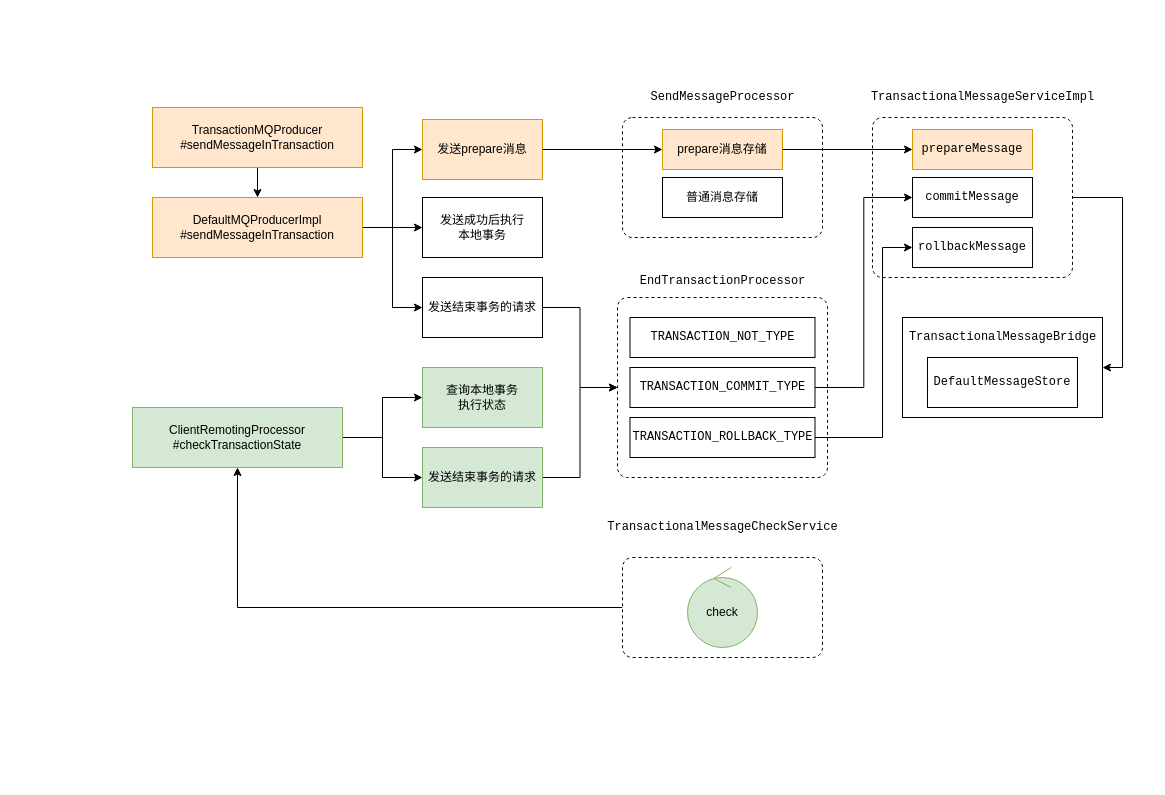
The draw.io diagram rocketmq/事务消息.drawio in erlieStar/diagrams, before the edit. Source tidied: cells renumbered, new cells numbered last; positions are measured from the earlier drawing's top-left corner, leaving out a move shared by most shapes. Both pictures are drawn from the tidied source at 100%, with x=0, y=0 at pixel (132, 77).
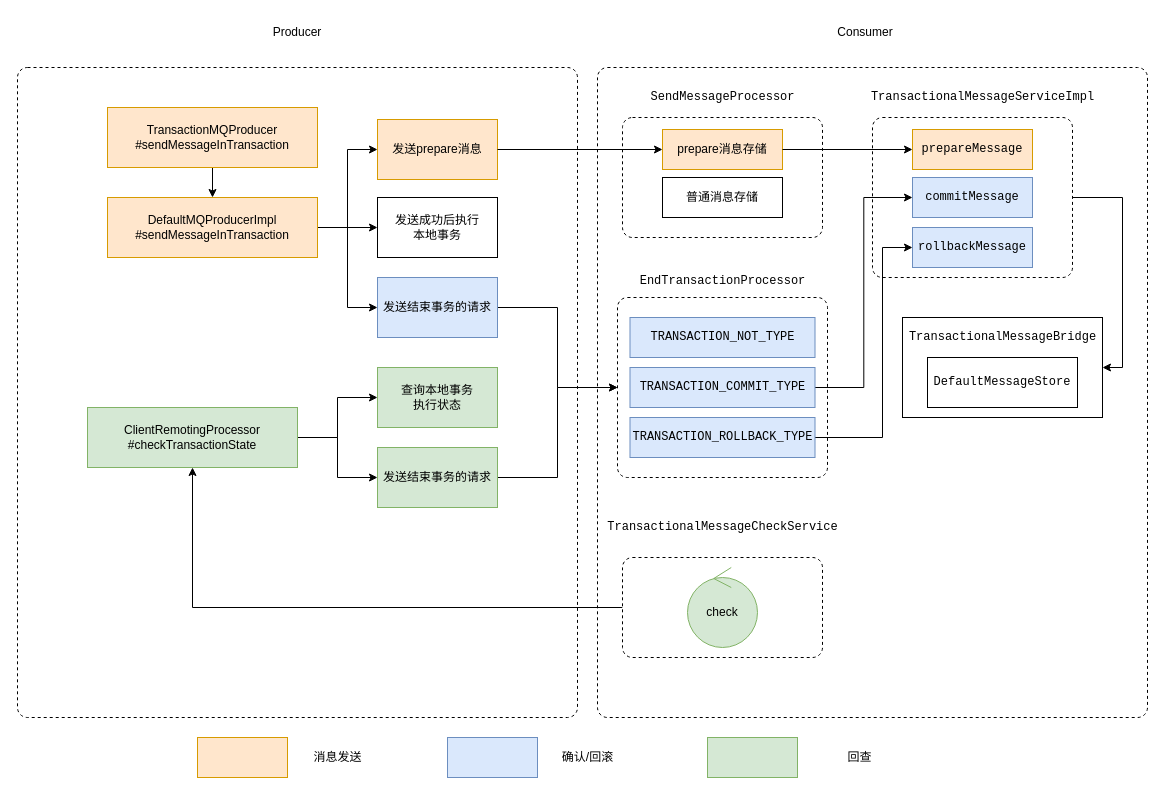
Above is the later version.

What changed in the source:
```diff
@@
+    <mxCell id="44" style="html=1;align=center;verticalAlign=top;rounded=1;absoluteArcSize=1;arcSize=20;dashed=1;" parent="1" vertex="1">
+      <mxGeometry x="465" y="-10" width="550" height="650" as="geometry" />
+    </mxCell>
+    <mxCell id="45" style="html=1;align=center;verticalAlign=top;rounded=1;absoluteArcSize=1;arcSize=20;dashed=1;" parent="1" vertex="1">
+      <mxGeometry x="-115" y="-10" width="560" height="650" as="geometry" />
+    </mxCell>
@@
     <mxCell id="4" value="TransactionMQProducer&lt;br&gt;#sendMessageInTransaction" style="rounded=0;whiteSpace=wrap;html=1;fillColor=#ffe6cc;strokeColor=#d79b00;" parent="1" vertex="1">
-      <mxGeometry x="20" y="30" width="210" height="60" as="geometry" />
+      <mxGeometry x="-25" y="30" width="210" height="60" as="geometry" />
     </mxCell>
@@
     <mxCell id="8" value="DefaultMQProducerImpl&lt;br&gt;#sendMessageInTransaction" style="rounded=0;whiteSpace=wrap;html=1;fillColor=#ffe6cc;strokeColor=#d79b00;" parent="1" vertex="1">
-      <mxGeometry x="20" y="120" width="210" height="60" as="geometry" />
+      <mxGeometry x="-25" y="120" width="210" height="60" as="geometry" />
     </mxCell>
     <mxCell id="9" value="发送prepare消息" style="rounded=0;whiteSpace=wrap;html=1;fillColor=#ffe6cc;strokeColor=#d79b00;" parent="1" vertex="1">
-      <mxGeometry x="290" y="42" width="120" height="60" as="geometry" />
+      <mxGeometry x="245" y="42" width="120" height="60" as="geometry" />
     </mxCell>
     <mxCell id="10" value="发送成功后执行&lt;br&gt;本地事务" style="rounded=0;whiteSpace=wrap;html=1;" parent="1" vertex="1">
-      <mxGeometry x="290" y="120" width="120" height="60" as="geometry" />
+      <mxGeometry x="245" y="120" width="120" height="60" as="geometry" />
     </mxCell>
@@
-    <mxCell id="12" value="发送结束事务的请求" style="rounded=0;whiteSpace=wrap;html=1;" parent="1" vertex="1">
-      <mxGeometry x="290" y="200" width="120" height="60" as="geometry" />
+    <mxCell id="12" value="发送结束事务的请求" style="rounded=0;whiteSpace=wrap;html=1;fillColor=#dae8fc;strokeColor=#6c8ebf;" parent="1" vertex="1">
+      <mxGeometry x="245" y="200" width="120" height="60" as="geometry" />
     </mxCell>
@@
-    <mxCell id="21" value="&lt;pre&gt;commitMessage&lt;/pre&gt;" style="rounded=0;whiteSpace=wrap;html=1;" parent="1" vertex="1">
+    <mxCell id="21" value="&lt;pre&gt;commitMessage&lt;/pre&gt;" style="rounded=0;whiteSpace=wrap;html=1;fillColor=#dae8fc;strokeColor=#6c8ebf;" parent="1" vertex="1">
       <mxGeometry x="780" y="100" width="120" height="40" as="geometry" />
     </mxCell>
-    <mxCell id="22" value="&lt;pre&gt;&lt;pre&gt;rollbackMessage&lt;/pre&gt;&lt;/pre&gt;" style="rounded=0;whiteSpace=wrap;html=1;" parent="1" vertex="1">
+    <mxCell id="22" value="&lt;pre&gt;&lt;pre&gt;rollbackMessage&lt;/pre&gt;&lt;/pre&gt;" style="rounded=0;whiteSpace=wrap;html=1;fillColor=#dae8fc;strokeColor=#6c8ebf;" parent="1" vertex="1">
       <mxGeometry x="780" y="150" width="120" height="40" as="geometry" />
     </mxCell>
@@
-    <mxCell id="25" value="&lt;pre&gt;TRANSACTION_NOT_TYPE&lt;/pre&gt;" style="rounded=0;whiteSpace=wrap;html=1;" parent="1" vertex="1">
+    <mxCell id="25" value="&lt;pre&gt;TRANSACTION_NOT_TYPE&lt;/pre&gt;" style="rounded=0;whiteSpace=wrap;html=1;fillColor=#dae8fc;strokeColor=#6c8ebf;" parent="1" vertex="1">
       <mxGeometry x="497.5" y="240" width="185" height="40" as="geometry" />
     </mxCell>
@@
-    <mxCell id="27" value="&lt;pre&gt;&lt;pre&gt;TRANSACTION_COMMIT_TYPE&lt;/pre&gt;&lt;/pre&gt;" style="rounded=0;whiteSpace=wrap;html=1;" parent="1" vertex="1">
+    <mxCell id="27" value="&lt;pre&gt;&lt;pre&gt;TRANSACTION_COMMIT_TYPE&lt;/pre&gt;&lt;/pre&gt;" style="rounded=0;whiteSpace=wrap;html=1;fillColor=#dae8fc;strokeColor=#6c8ebf;" parent="1" vertex="1">
       <mxGeometry x="497.5" y="290" width="185" height="40" as="geometry" />
     </mxCell>
@@
-    <mxCell id="29" value="&lt;pre&gt;&lt;pre&gt;&lt;pre&gt;TRANSACTION_ROLLBACK_TYPE&lt;/pre&gt;&lt;/pre&gt;&lt;/pre&gt;" style="rounded=0;whiteSpace=wrap;html=1;" parent="1" vertex="1">
+    <mxCell id="29" value="&lt;pre&gt;&lt;pre&gt;&lt;pre&gt;TRANSACTION_ROLLBACK_TYPE&lt;/pre&gt;&lt;/pre&gt;&lt;/pre&gt;" style="rounded=0;whiteSpace=wrap;html=1;fillColor=#dae8fc;strokeColor=#6c8ebf;" parent="1" vertex="1">
       <mxGeometry x="497.5" y="340" width="185" height="40" as="geometry" />
     </mxCell>
@@
     <mxCell id="40" value="&lt;span&gt;ClientRemotingProcessor&lt;/span&gt;&lt;br&gt;&lt;span&gt;#checkTransactionState&lt;br&gt;&lt;/span&gt;" style="rounded=0;whiteSpace=wrap;html=1;fillColor=#d5e8d4;strokeColor=#82b366;" parent="1" vertex="1">
-      <mxGeometry y="330" width="210" height="60" as="geometry" />
+      <mxGeometry x="-45" y="330" width="210" height="60" as="geometry" />
     </mxCell>
     <mxCell id="41" value="查询本地事务&lt;br&gt;执行状态" style="rounded=0;whiteSpace=wrap;html=1;fillColor=#d5e8d4;strokeColor=#82b366;" parent="1" vertex="1">
-      <mxGeometry x="290" y="290" width="120" height="60" as="geometry" />
+      <mxGeometry x="245" y="290" width="120" height="60" as="geometry" />
     </mxCell>
@@
     <mxCell id="43" value="发送结束事务的请求" style="rounded=0;whiteSpace=wrap;html=1;fillColor=#d5e8d4;strokeColor=#82b366;" parent="1" vertex="1">
-      <mxGeometry x="290" y="370" width="120" height="60" as="geometry" />
+      <mxGeometry x="245" y="370" width="120" height="60" as="geometry" />
     </mxCell>
+    <mxCell id="46" value="Producer" style="text;html=1;strokeColor=none;fillColor=none;align=center;verticalAlign=middle;whiteSpace=wrap;rounded=0;" parent="1" vertex="1">
+      <mxGeometry x="135" y="-60" width="60" height="30" as="geometry" />
+    </mxCell>
+    <mxCell id="47" value="Consumer" style="text;html=1;strokeColor=none;fillColor=none;align=center;verticalAlign=middle;whiteSpace=wrap;rounded=0;" parent="1" vertex="1">
+      <mxGeometry x="702.5" y="-60" width="60" height="30" as="geometry" />
+    </mxCell>
+    <mxCell id="48" style="rounded=0;whiteSpace=wrap;html=1;fillColor=#ffe6cc;strokeColor=#d79b00;" parent="1" vertex="1">
+      <mxGeometry x="65" y="660" width="90" height="40" as="geometry" />
+    </mxCell>
+    <mxCell id="49" value="消息发送" style="text;html=1;align=center;verticalAlign=middle;strokeColor=none;fillColor=none;" parent="1" vertex="1">
+      <mxGeometry x="175" y="670" width="60" height="20" as="geometry" />
+    </mxCell>
+    <mxCell id="50" style="rounded=0;whiteSpace=wrap;html=1;fillColor=#dae8fc;strokeColor=#6c8ebf;" parent="1" vertex="1">
+      <mxGeometry x="315" y="660" width="90" height="40" as="geometry" />
+    </mxCell>
+    <mxCell id="51" value="确认/回滚" style="text;html=1;align=center;verticalAlign=middle;strokeColor=none;fillColor=none;" parent="1" vertex="1">
+      <mxGeometry x="420" y="670" width="70" height="20" as="geometry" />
+    </mxCell>
+    <mxCell id="52" style="rounded=0;whiteSpace=wrap;html=1;fillColor=#d5e8d4;strokeColor=#82b366;" parent="1" vertex="1">
+      <mxGeometry x="575" y="660" width="90" height="40" as="geometry" />
+    </mxCell>
+    <mxCell id="53" value="回查" style="text;html=1;align=center;verticalAlign=middle;strokeColor=none;fillColor=none;" parent="1" vertex="1">
+      <mxGeometry x="707" y="670" width="40" height="20" as="geometry" />
+    </mxCell>
```
